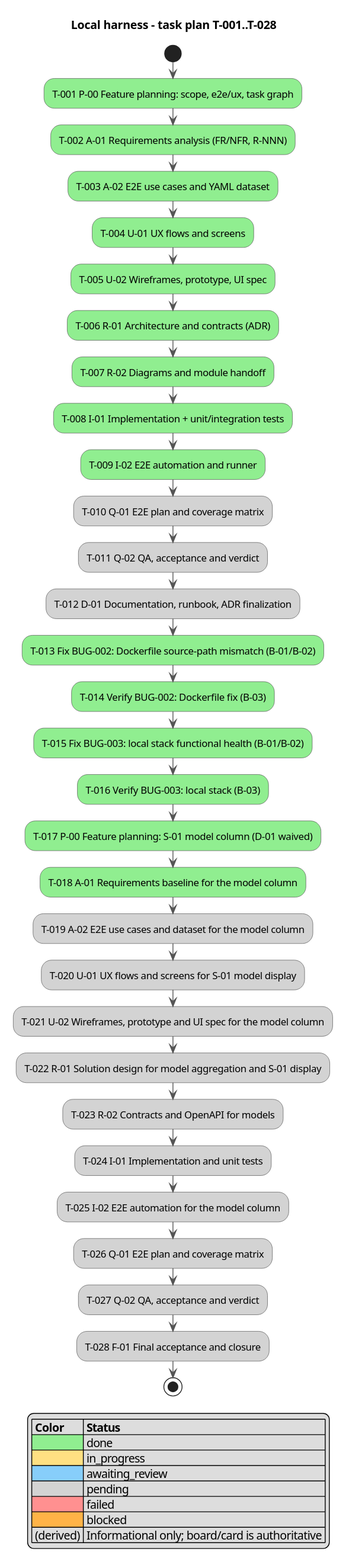
Earlier version of the PlantUML export docs/activity.svg (serge-sasov/ai-task-tracker).
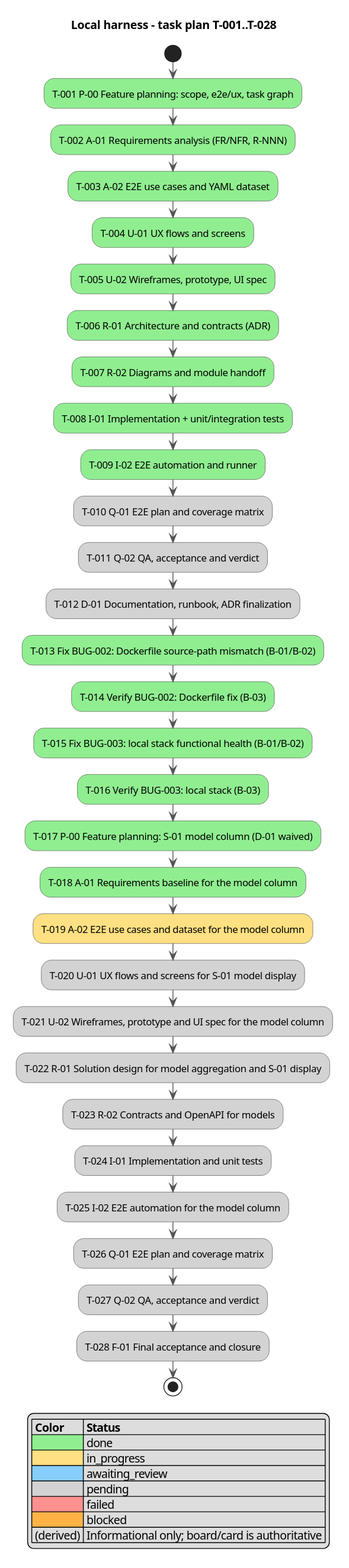
Above is the later version.

Diff of the diagram source:
```diff
@@ -24,7 +24,7 @@
 :T-016 Verify BUG-003: local stack (B-03); <<#90EE90>>
 :T-017 P-00 Feature planning: S-01 model column (D-01 waived); <<#90EE90>>
 :T-018 A-01 Requirements baseline for the model column; <<#90EE90>>
-:T-019 A-02 E2E use cases and dataset for the model column; <<#D3D3D3>>
+:T-019 A-02 E2E use cases and dataset for the model column; <<#FFE082>>
 :T-020 U-01 UX flows and screens for S-01 model display; <<#D3D3D3>>
 :T-021 U-02 Wireframes, prototype and UI spec for the model column; <<#D3D3D3>>
 :T-022 R-01 Solution design for model aggregation and S-01 display; <<#D3D3D3>>
```
